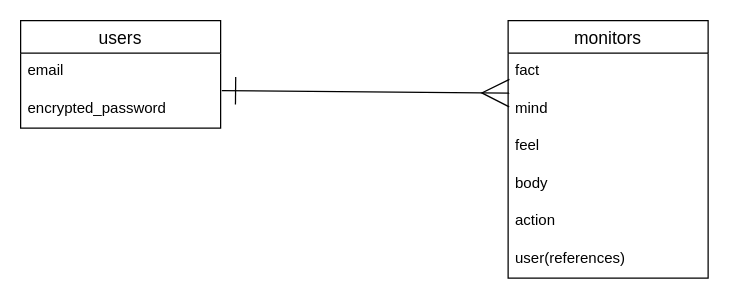
Above: ER-mental.dio in iguanakun/mental (draw.io), before the change. Source tidied: cells renumbered, new cells numbered last; positions are measured from the earlier drawing's top-left corner, leaving out a move shared by most shapes. Both pictures are drawn from the tidied source at 125%, with x=0, y=0 at pixel (20, 20).
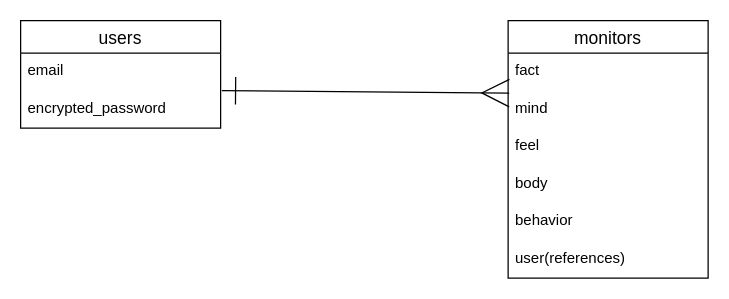
Above is the later version.

Diff of the diagram source:
```diff
@@
 <mxGraphModel>
   <root>
     <mxCell id="0" />
     <mxCell id="1" parent="0" />
     <mxCell id="2" value="users" style="swimlane;fontStyle=0;horizontal=1;startSize=26;align=center;fontSize=14;" parent="1" vertex="1">
       <mxGeometry width="160" height="86" as="geometry" />
     </mxCell>
     <mxCell id="3" value="email" style="text;strokeColor=none;fillColor=none;spacingLeft=4;spacingRight=4;overflow=hidden;points=[[0,0.5],[1,0.5]];portConstraint=eastwest;fontSize=12;" parent="2" vertex="1">
       <mxGeometry y="26" width="160" height="30" as="geometry" />
     </mxCell>
     <mxCell id="4" value="encrypted_password" style="text;strokeColor=none;fillColor=none;spacingLeft=4;spacingRight=4;overflow=hidden;fontSize=12;" parent="2" vertex="1">
       <mxGeometry y="56" width="160" height="30" as="geometry" />
     </mxCell>
     <mxCell id="5" value="monitors" style="swimlane;fontStyle=0;horizontal=1;startSize=26;align=center;fontSize=14;" parent="1" vertex="1">
       <mxGeometry x="390" width="160" height="206" as="geometry" />
     </mxCell>
     <mxCell id="6" value="fact" style="text;strokeColor=none;fillColor=none;spacingLeft=4;spacingRight=4;overflow=hidden;fontSize=12;" parent="5" vertex="1">
       <mxGeometry y="26" width="160" height="30" as="geometry" />
     </mxCell>
     <mxCell id="7" value="mind" style="text;strokeColor=none;fillColor=none;spacingLeft=4;spacingRight=4;overflow=hidden;points=[[0,0.5],[1,0.5]];portConstraint=eastwest;fontSize=12;" parent="5" vertex="1">
       <mxGeometry y="56" width="160" height="30" as="geometry" />
     </mxCell>
     <mxCell id="8" value="feel" style="text;strokeColor=none;fillColor=none;spacingLeft=4;spacingRight=4;overflow=hidden;fontSize=12;" parent="5" vertex="1">
       <mxGeometry y="86" width="160" height="30" as="geometry" />
     </mxCell>
     <mxCell id="9" value="body" style="text;strokeColor=none;fillColor=none;spacingLeft=4;spacingRight=4;overflow=hidden;fontSize=12;" parent="5" vertex="1">
       <mxGeometry y="116" width="160" height="30" as="geometry" />
     </mxCell>
-    <mxCell id="10" value="action" style="text;strokeColor=none;fillColor=none;spacingLeft=4;spacingRight=4;overflow=hidden;fontSize=12;" parent="5" vertex="1">
+    <mxCell id="10" value="behavior" style="text;strokeColor=none;fillColor=none;spacingLeft=4;spacingRight=4;overflow=hidden;fontSize=12;" parent="5" vertex="1">
       <mxGeometry y="146" width="160" height="30" as="geometry" />
     </mxCell>
     <mxCell id="11" value="user(references)" style="text;strokeColor=none;fillColor=none;spacingLeft=4;spacingRight=4;overflow=hidden;fontSize=12;" parent="5" vertex="1">
       <mxGeometry y="176" width="160" height="30" as="geometry" />
     </mxCell>
     <mxCell id="12" style="endArrow=ERmany;html=1;rounded=0;entryX=0.006;entryY=0.067;entryDx=0;entryDy=0;entryPerimeter=0;startArrow=ERone;startFill=0;targetPerimeterSpacing=12;endSize=20;endFill=0;sourcePerimeterSpacing=-10;startSize=20;exitX=1.006;exitY=1;exitDx=0;exitDy=0;exitPerimeter=0;strokeWidth=1;" parent="1" edge="1" source="3" target="7">
       <mxGeometry relative="1" as="geometry" />
     </mxCell>
   </root>
 </mxGraphModel>
```
